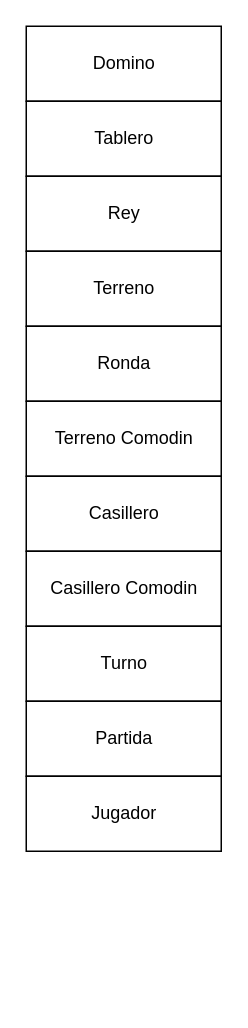
Above: page "NombreClases" (2 of 3) of King Domino.drawio in miroagustin/kingdomino-2021 (draw.io), before the change. Source tidied: cells renumbered, new cells numbered last; positions are measured from the earlier drawing's top-left corner, leaving out a move shared by most shapes. Both pictures are drawn from the tidied source at 150%, with x=0, y=0 at pixel (26, 26).
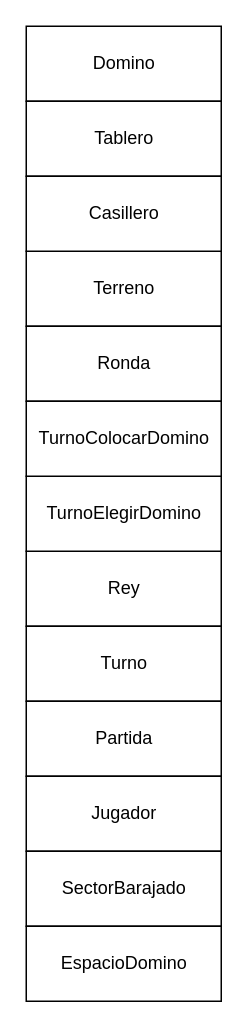
After the change.

What changed in the source:
```diff
@@
 <mxGraphModel>
   <root>
     <mxCell id="0" />
     <mxCell id="1" parent="0" />
     <mxCell id="2" value="Domino" style="html=1;" parent="1" vertex="1">
       <mxGeometry width="130" height="50" as="geometry" />
     </mxCell>
     <mxCell id="3" value="Tablero" style="html=1;" parent="1" vertex="1">
       <mxGeometry y="50" width="130" height="50" as="geometry" />
     </mxCell>
     <mxCell id="4" value="Rey" style="html=1;" parent="1" vertex="1">
-      <mxGeometry y="100" width="130" height="50" as="geometry" />
+      <mxGeometry y="350" width="130" height="50" as="geometry" />
     </mxCell>
     <mxCell id="5" value="Terreno" style="html=1;" parent="1" vertex="1">
       <mxGeometry y="150" width="130" height="50" as="geometry" />
     </mxCell>
     <mxCell id="6" value="Ronda" style="html=1;" parent="1" vertex="1">
       <mxGeometry y="200" width="130" height="50" as="geometry" />
     </mxCell>
-    <mxCell id="7" value="Terreno Comodin" style="html=1;" parent="1" vertex="1">
-      <mxGeometry y="250" width="130" height="50" as="geometry" />
-    </mxCell>
     <mxCell id="8" value="Casillero" style="html=1;" parent="1" vertex="1">
-      <mxGeometry y="300" width="130" height="50" as="geometry" />
+      <mxGeometry y="100" width="130" height="50" as="geometry" />
     </mxCell>
-    <mxCell id="9" value="Casillero Comodin" style="html=1;" parent="1" vertex="1">
-      <mxGeometry y="350" width="130" height="50" as="geometry" />
-    </mxCell>
     <mxCell id="10" value="Turno" style="html=1;" parent="1" vertex="1">
       <mxGeometry y="400" width="130" height="50" as="geometry" />
     </mxCell>
     <mxCell id="11" value="Partida" style="html=1;" parent="1" vertex="1">
       <mxGeometry y="450" width="130" height="50" as="geometry" />
     </mxCell>
     <mxCell id="12" value="Jugador" style="html=1;" parent="1" vertex="1">
       <mxGeometry y="500" width="130" height="50" as="geometry" />
     </mxCell>
+    <mxCell id="13" value="TurnoElegirDomino" style="html=1;" parent="1" vertex="1">
+      <mxGeometry y="300" width="130" height="50" as="geometry" />
+    </mxCell>
+    <mxCell id="14" value="TurnoColocarDomino" style="html=1;" parent="1" vertex="1">
+      <mxGeometry y="250" width="130" height="50" as="geometry" />
+    </mxCell>
+    <mxCell id="15" value="SectorBarajado" style="html=1;" parent="1" vertex="1">
+      <mxGeometry y="550" width="130" height="50" as="geometry" />
+    </mxCell>
+    <mxCell id="16" value="EspacioDomino" style="html=1;" parent="1" vertex="1">
+      <mxGeometry y="600" width="130" height="50" as="geometry" />
+    </mxCell>
   </root>
 </mxGraphModel>
```
